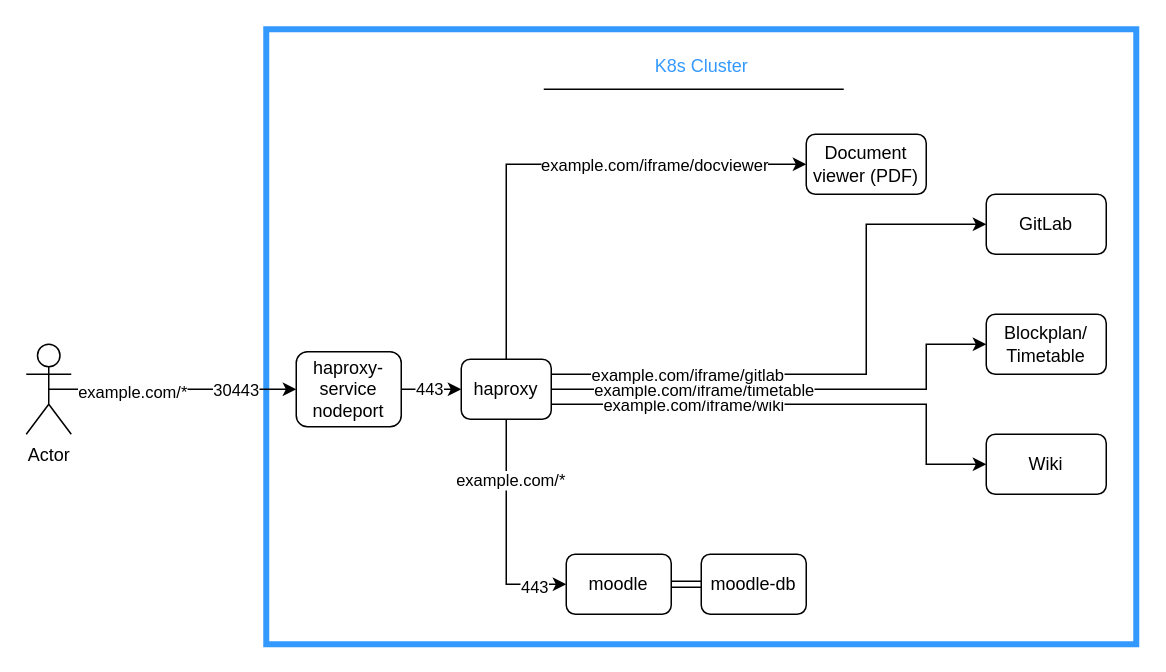
SHaf101/BS2023Hackathon keeps this draw.io diagram as system_architecture.drawio. Above is the earlier version. Source tidied: cells renumbered, new cells numbered last; positions are measured from the earlier drawing's top-left corner, leaving out a move shared by most shapes. Both pictures are drawn from the tidied source at 150%, with x=0, y=0 at pixel (26, 28).
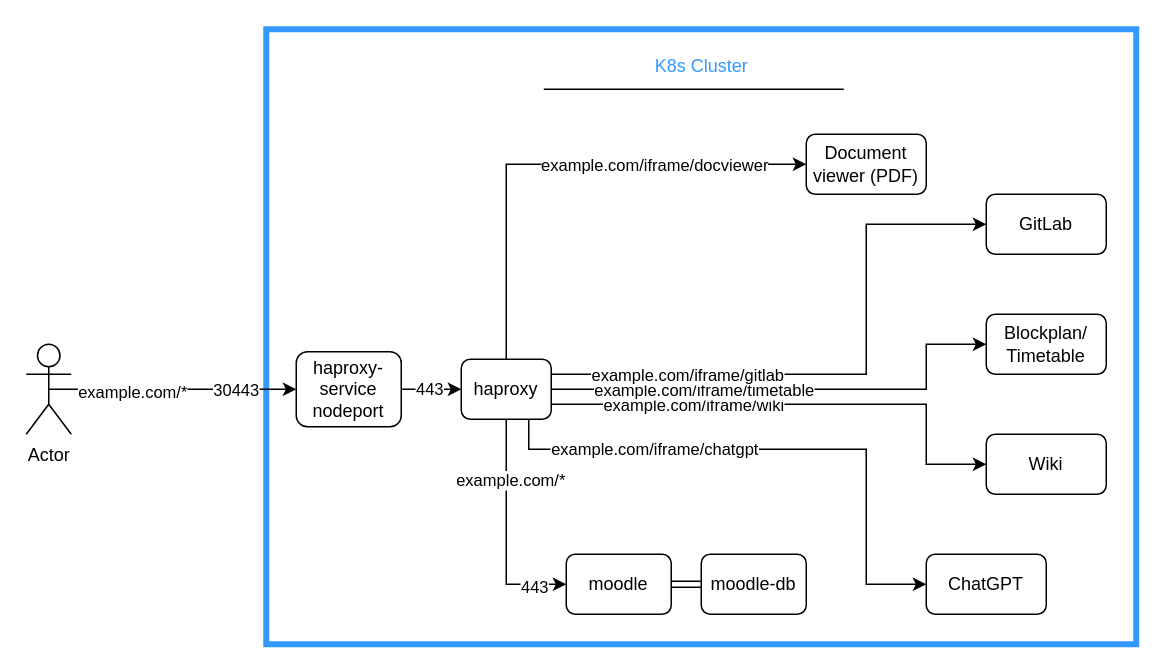
The same diagram, later.

Unchanged cells that the change refers to:
```xml
<mxCell id="17" value="haproxy" style="rounded=1;whiteSpace=wrap;html=1;" parent="1" vertex="1">
  <mxGeometry x="290" y="220" width="60" height="40" as="geometry" />
</mxCell>
```

What changed in the source:
```diff
@@
+    <mxCell id="31" style="edgeStyle=orthogonalEdgeStyle;rounded=0;jettySize=auto;html=1;exitX=0.75;exitY=1;exitDx=0;exitDy=0;entryX=0;entryY=0.5;entryDx=0;entryDy=0;" parent="1" edge="1" source="17" target="33">
+      <mxGeometry relative="1" as="geometry">
+        <Array as="points">
+          <mxPoint x="335" y="280" />
+          <mxPoint x="560" y="280" />
+          <mxPoint x="560" y="370" />
+        </Array>
+      </mxGeometry>
+    </mxCell>
+    <mxCell id="32" value="example.com/iframe/chatgpt" style="edgeLabel;html=1;align=center;verticalAlign=middle;" parent="31" vertex="1">
+      <mxGeometry x="-0.45" y="1" relative="1" as="geometry" />
+    </mxCell>
@@
+    <mxCell id="33" value="ChatGPT" style="rounded=1;whiteSpace=wrap;html=1;" parent="1" vertex="1">
+      <mxGeometry x="600" y="350" width="80" height="40" as="geometry" />
+    </mxCell>
```
